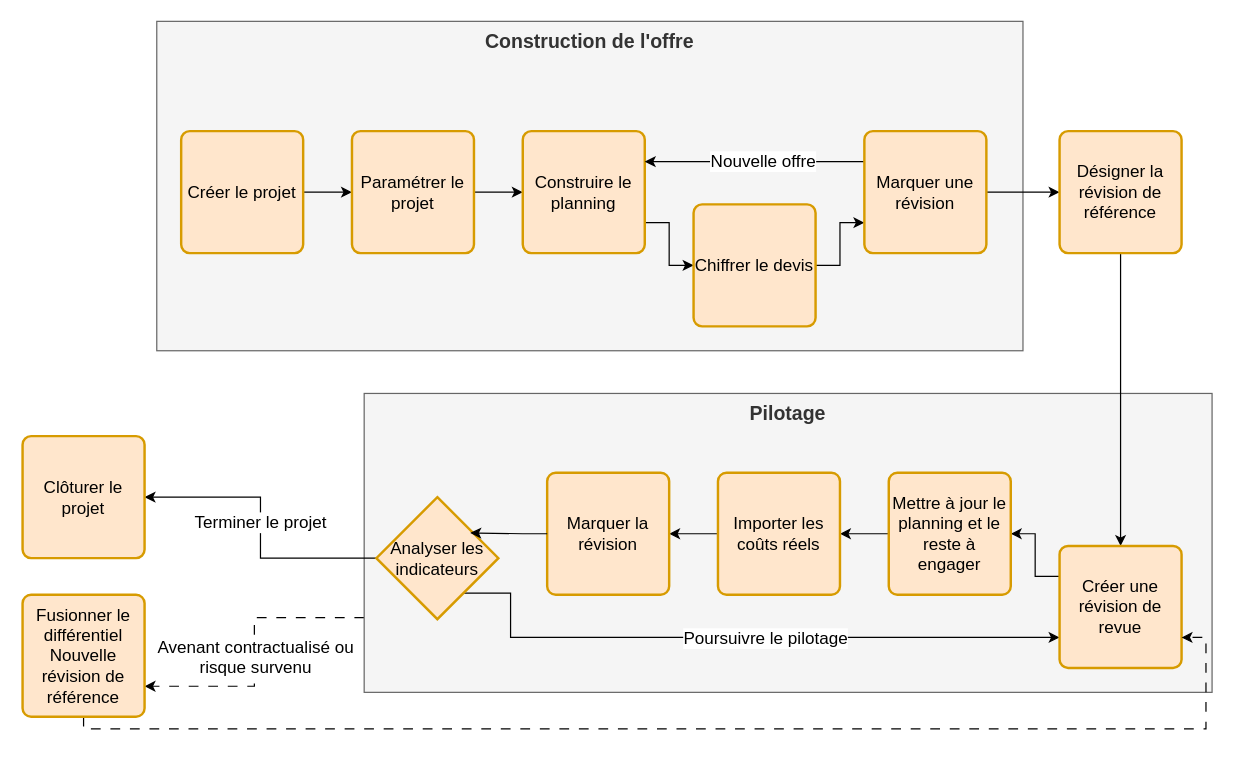
The draw.io diagram page "Flux de travail" (11 of 11) of docs/spec/waterfall.visuels.drawio in waterfall-project/wf-project, before the edit. Source tidied: cells renumbered, new cells numbered last; positions are measured from the earlier drawing's top-left corner, leaving out a move shared by most shapes. Both pictures are drawn from the tidied source at 122%, with x=0, y=0 at pixel (22, 21).
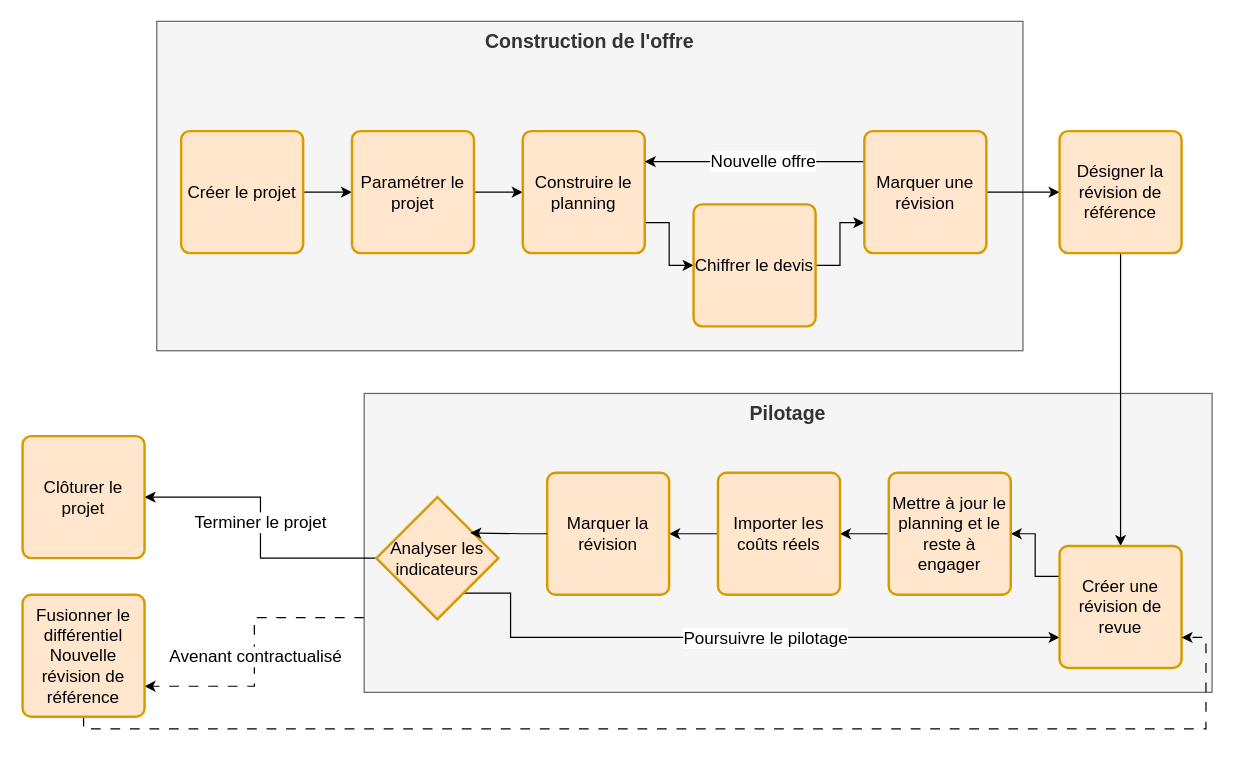
Above is the later version.

Unchanged cells that the change refers to:
```xml
<mxCell id="2" style="edgeStyle=orthogonalEdgeStyle;rounded=0;jettySize=auto;html=1;exitX=0;exitY=0.75;exitDx=0;exitDy=0;entryX=1;entryY=0.75;entryDx=0;entryDy=0;dashed=1;dashPattern=8 8;" parent="1" edge="1" source="4" target="34">
  <mxGeometry relative="1" as="geometry" />
</mxCell>
```

Change to the diagram source:
```diff
@@
-    <mxCell id="3" value="Avenant contractualisé ou&lt;div&gt;risque survenu&lt;/div&gt;" style="edgeLabel;html=1;align=center;verticalAlign=middle;fontSize=14;" parent="2" vertex="1">
+    <mxCell id="3" value="Avenant contractualisé" style="edgeLabel;html=1;align=center;verticalAlign=middle;fontSize=14;" parent="2" vertex="1">
       <mxGeometry x="-0.02" relative="1" as="geometry">
         <mxPoint y="6" as="offset" />
       </mxGeometry>
     </mxCell>
```
